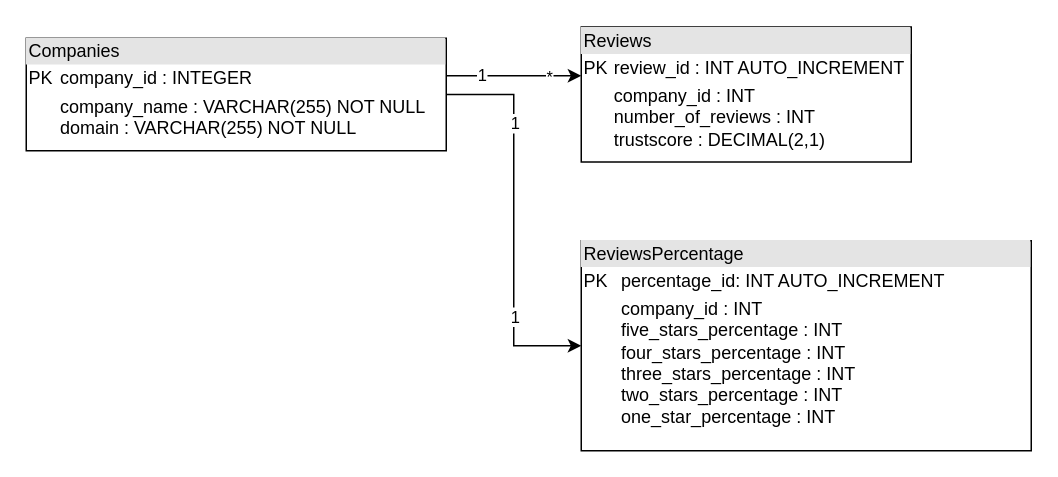
This is 2 - Data modeling/databaseUML.drawio from lucadigennaro85/Data_Scientest_Project_apr24-stellantis-SupplyChain, a draw.io file, before an edit. Source tidied: cells renumbered, new cells numbered last; positions are measured from the earlier drawing's top-left corner, leaving out a move shared by most shapes. Both pictures are drawn from the tidied source at 150%, with x=0, y=0 at pixel (26, 27).
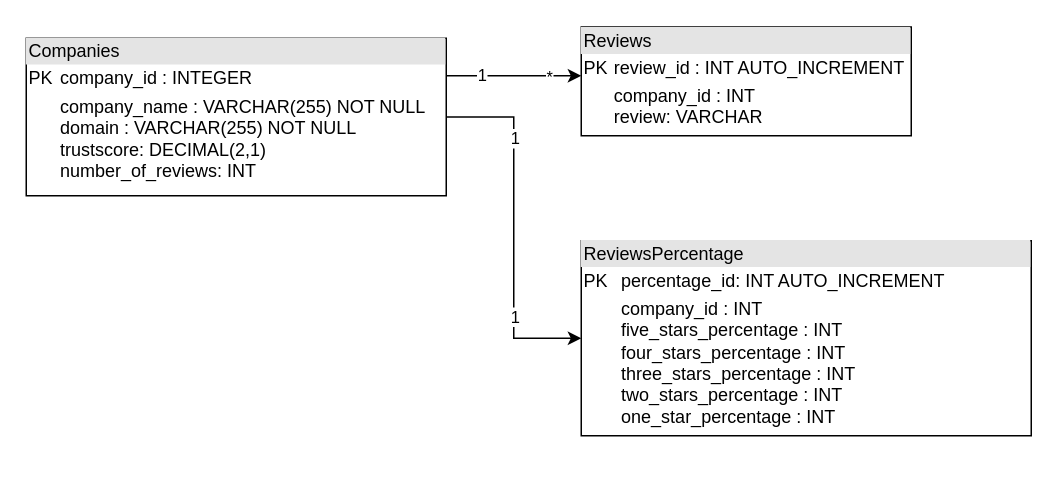
The same page after the edit.

The edit, as a diff of the source:
```diff
@@
 <mxGraphModel>
   <root>
     <mxCell id="0" />
     <mxCell id="1" parent="0" />
     <mxCell id="2" style="edgeStyle=orthogonalEdgeStyle;rounded=0;orthogonalLoop=1;jettySize=auto;html=1;entryX=0;entryY=0.5;entryDx=0;entryDy=0;" parent="1" edge="1">
       <mxGeometry relative="1" as="geometry">
         <mxPoint x="280" y="32" as="sourcePoint" />
         <mxPoint x="370" y="32" as="targetPoint" />
       </mxGeometry>
     </mxCell>
     <mxCell id="3" value="*" style="edgeLabel;html=1;align=center;verticalAlign=middle;" parent="2" vertex="1">
       <mxGeometry x="0.5" relative="1" as="geometry" />
     </mxCell>
     <mxCell id="4" value="1" style="edgeLabel;html=1;align=center;verticalAlign=middle;" parent="2" vertex="1">
       <mxGeometry x="-0.49" relative="1" as="geometry">
         <mxPoint y="-1" as="offset" />
       </mxGeometry>
     </mxCell>
-    <mxCell id="5" value="&lt;div style=&quot;box-sizing: border-box; width: 100%; background: rgb(228, 228, 228); padding: 2px;&quot;&gt;Companies&lt;/div&gt;&lt;table style=&quot;width:100%;font-size:1em;&quot; cellpadding=&quot;2&quot; cellspacing=&quot;0&quot;&gt;&lt;tbody&gt;&lt;tr&gt;&lt;td&gt;PK&lt;/td&gt;&lt;td&gt;company_id : INTEGER&lt;/td&gt;&lt;/tr&gt;&lt;tr&gt;&lt;td&gt;&lt;br&gt;&lt;/td&gt;&lt;td&gt;company_name : VARCHAR(255) NOT NULL&lt;br&gt;domain : VARCHAR(255) NOT NULL&lt;/td&gt;&lt;/tr&gt;&lt;tr&gt;&lt;td&gt;&lt;/td&gt;&lt;td&gt;&lt;br&gt;&lt;/td&gt;&lt;/tr&gt;&lt;/tbody&gt;&lt;/table&gt;" style="verticalAlign=top;align=left;overflow=fill;html=1;whiteSpace=wrap;" parent="1" vertex="1">
-      <mxGeometry y="7" width="280" height="75" as="geometry" />
+    <mxCell id="5" value="&lt;div style=&quot;box-sizing: border-box; width: 100%; background: rgb(228, 228, 228); padding: 2px;&quot;&gt;Companies&lt;/div&gt;&lt;table style=&quot;width:100%;font-size:1em;&quot; cellpadding=&quot;2&quot; cellspacing=&quot;0&quot;&gt;&lt;tbody&gt;&lt;tr&gt;&lt;td&gt;PK&lt;/td&gt;&lt;td&gt;company_id : INTEGER&lt;/td&gt;&lt;/tr&gt;&lt;tr&gt;&lt;td&gt;&lt;br&gt;&lt;/td&gt;&lt;td&gt;company_name : VARCHAR(255) NOT NULL&lt;br&gt;domain : VARCHAR(255) NOT NULL&lt;br&gt;trustscore: DECIMAL(2,1)&lt;br&gt;number_of_reviews: INT&lt;br&gt;&lt;br&gt;&lt;/td&gt;&lt;/tr&gt;&lt;tr&gt;&lt;td&gt;&lt;/td&gt;&lt;td&gt;&lt;br&gt;&lt;/td&gt;&lt;/tr&gt;&lt;/tbody&gt;&lt;/table&gt;" style="verticalAlign=top;align=left;overflow=fill;html=1;whiteSpace=wrap;" parent="1" vertex="1">
+      <mxGeometry y="7" width="280" height="105" as="geometry" />
     </mxCell>
-    <mxCell id="6" value="&lt;div style=&quot;box-sizing: border-box; width: 100%; background: rgb(228, 228, 228); padding: 2px;&quot;&gt;Reviews&lt;/div&gt;&lt;table style=&quot;width:100%;font-size:1em;&quot; cellpadding=&quot;2&quot; cellspacing=&quot;0&quot;&gt;&lt;tbody&gt;&lt;tr&gt;&lt;td&gt;PK&lt;/td&gt;&lt;td&gt;review_id : INT AUTO_INCREMENT&lt;/td&gt;&lt;/tr&gt;&lt;tr&gt;&lt;td&gt;&lt;br&gt;&lt;/td&gt;&lt;td&gt;company_id : INT&lt;br&gt;number_of_reviews : INT&lt;br&gt;trustscore : DECIMAL(2,1)&lt;br&gt;&lt;br&gt;&lt;/td&gt;&lt;/tr&gt;&lt;tr&gt;&lt;td&gt;&lt;/td&gt;&lt;td&gt;&lt;br&gt;&lt;/td&gt;&lt;/tr&gt;&lt;/tbody&gt;&lt;/table&gt;" style="verticalAlign=top;align=left;overflow=fill;html=1;whiteSpace=wrap;" parent="1" vertex="1">
-      <mxGeometry x="370" y="-0.5" width="220" height="90" as="geometry" />
+    <mxCell id="6" value="&lt;div style=&quot;box-sizing: border-box; width: 100%; background: rgb(228, 228, 228); padding: 2px;&quot;&gt;Reviews&lt;/div&gt;&lt;table style=&quot;width:100%;font-size:1em;&quot; cellpadding=&quot;2&quot; cellspacing=&quot;0&quot;&gt;&lt;tbody&gt;&lt;tr&gt;&lt;td&gt;PK&lt;/td&gt;&lt;td&gt;review_id : INT AUTO_INCREMENT&lt;/td&gt;&lt;/tr&gt;&lt;tr&gt;&lt;td&gt;&lt;br&gt;&lt;/td&gt;&lt;td&gt;company_id : INT&lt;br&gt;review: VARCHAR&lt;br&gt;&lt;br&gt;&lt;br&gt;&lt;/td&gt;&lt;/tr&gt;&lt;tr&gt;&lt;td&gt;&lt;/td&gt;&lt;td&gt;&lt;br&gt;&lt;/td&gt;&lt;/tr&gt;&lt;/tbody&gt;&lt;/table&gt;" style="verticalAlign=top;align=left;overflow=fill;html=1;whiteSpace=wrap;" parent="1" vertex="1">
+      <mxGeometry x="370" y="-0.5" width="220" height="72.5" as="geometry" />
     </mxCell>
     <mxCell id="7" value="&lt;div style=&quot;box-sizing: border-box; width: 100%; background: rgb(228, 228, 228); padding: 2px;&quot;&gt;ReviewsPercentage&lt;/div&gt;&lt;table style=&quot;width:100%;font-size:1em;&quot; cellpadding=&quot;2&quot; cellspacing=&quot;0&quot;&gt;&lt;tbody&gt;&lt;tr&gt;&lt;td&gt;PK&lt;/td&gt;&lt;td&gt;percentage_id: INT AUTO_INCREMENT&lt;/td&gt;&lt;/tr&gt;&lt;tr&gt;&lt;td&gt;&lt;br&gt;&lt;/td&gt;&lt;td&gt;company_id : INT&lt;br&gt;five_stars_percentage : INT&lt;br&gt;four_stars_percentage : INT&lt;br&gt;three_stars_percentage : INT&lt;br&gt;two_stars_percentage : INT&lt;br&gt;one_star_percentage : INT&lt;br&gt;&lt;br&gt;&lt;/td&gt;&lt;/tr&gt;&lt;tr&gt;&lt;td&gt;&lt;/td&gt;&lt;td&gt;&lt;br&gt;&lt;/td&gt;&lt;/tr&gt;&lt;/tbody&gt;&lt;/table&gt;" style="verticalAlign=top;align=left;overflow=fill;html=1;whiteSpace=wrap;" parent="1" vertex="1">
-      <mxGeometry x="370" y="142" width="300" height="140" as="geometry" />
+      <mxGeometry x="370" y="142" width="300" height="130" as="geometry" />
     </mxCell>
     <mxCell id="8" style="edgeStyle=orthogonalEdgeStyle;rounded=0;jettySize=auto;html=1;entryX=0;entryY=0.5;entryDx=0;entryDy=0;exitX=1;exitY=0.5;exitDx=0;exitDy=0;shadow=0;flowAnimation=0;fontSize=20;" parent="1" edge="1" source="5" target="7">
       <mxGeometry relative="1" as="geometry" />
     </mxCell>
     <mxCell id="9" value="1" style="edgeLabel;html=1;align=center;verticalAlign=middle;" parent="8" vertex="1">
       <mxGeometry x="0.5" relative="1" as="geometry" />
     </mxCell>
     <mxCell id="10" value="1" style="edgeLabel;html=1;align=center;verticalAlign=middle;" parent="8" vertex="1">
       <mxGeometry x="-0.5" relative="1" as="geometry" />
     </mxCell>
   </root>
 </mxGraphModel>
```
